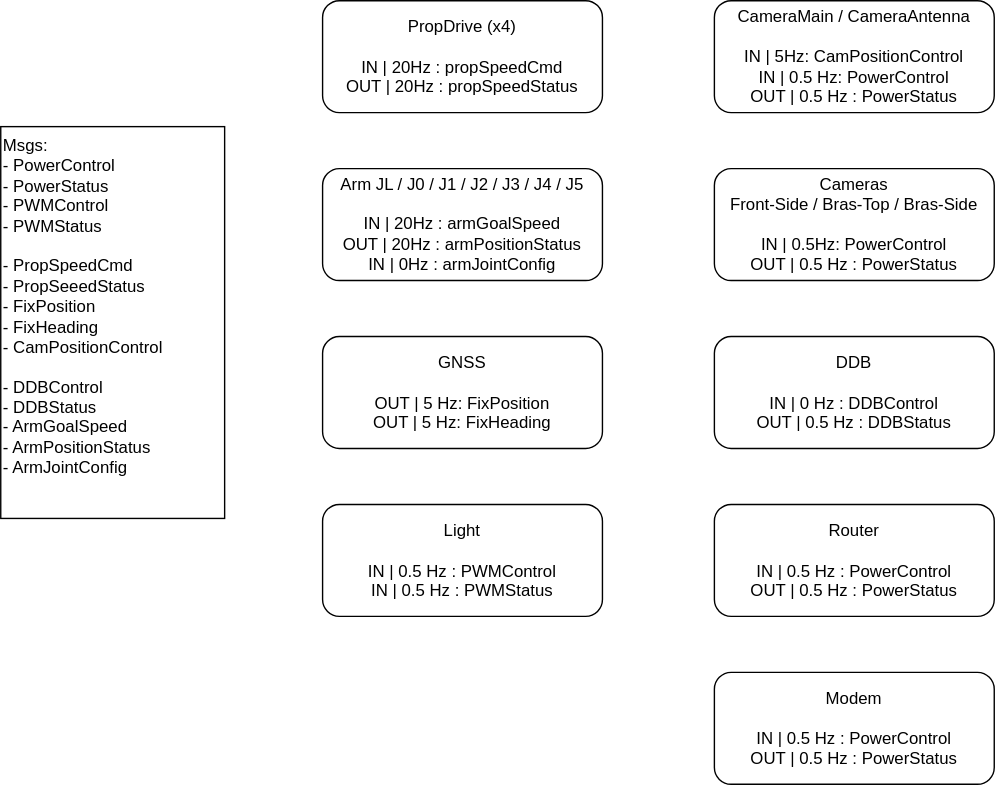
This is doc/architecture/can_network.svg from robotique-udes/rover_documentation, a draw.io export, as it was before one commit. Source tidied: cells renumbered, new cells last; positions are measured from the earlier drawing's top-left corner, leaving out a move shared by most shapes.
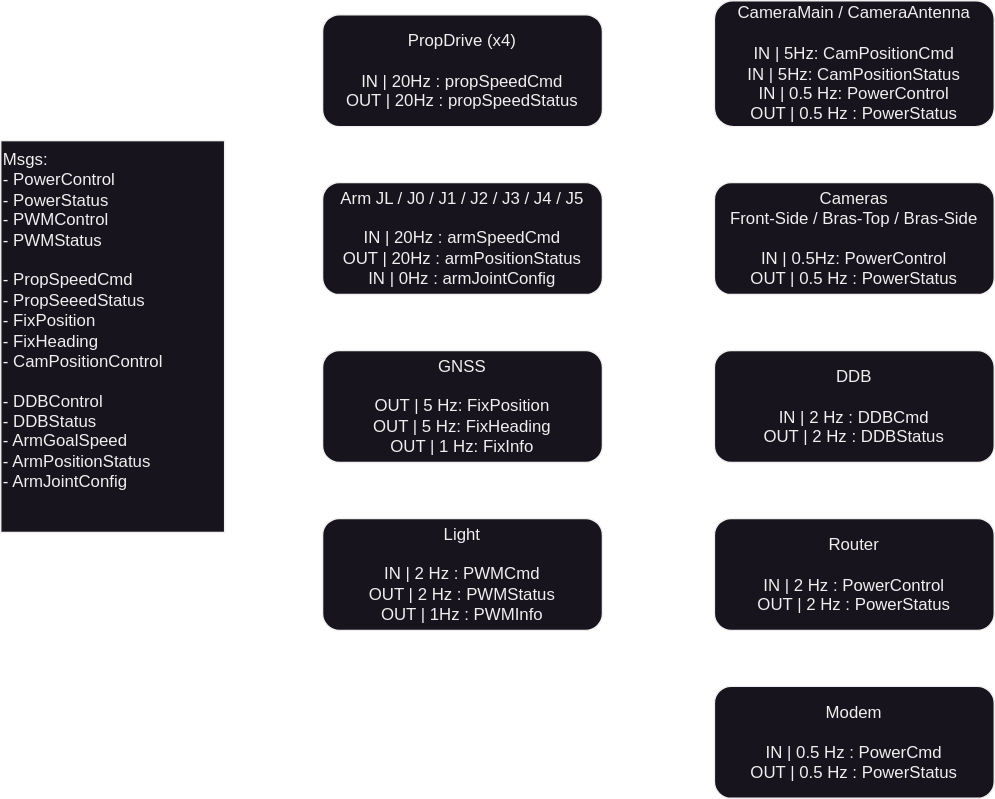
After the commit.

The edit, as a diff of the source:
```diff
@@ -5,28 +5,28 @@
     <mxCell id="2" value="PropDrive (x4)&lt;br&gt;&lt;br&gt;IN | 20Hz : propSpeedCmd&lt;br&gt;OUT | 20Hz : propSpeedStatus" style="rounded=1;whiteSpace=wrap;html=1;" parent="1" vertex="1">
       <mxGeometry x="230" width="200" height="80" as="geometry" />
     </mxCell>
-    <mxCell id="3" value="GNSS&lt;br&gt;&lt;br&gt;&lt;div&gt;OUT | 5 Hz: FixPosition&lt;div&gt;OUT | 5 Hz: FixHeading&lt;br&gt;&lt;/div&gt;&lt;/div&gt;" style="rounded=1;whiteSpace=wrap;html=1;" parent="1" vertex="1">
+    <mxCell id="3" value="GNSS&lt;br&gt;&lt;br&gt;&lt;div&gt;OUT | 5 Hz: FixPosition&lt;div&gt;OUT | 5 Hz: FixHeading&lt;br&gt;OUT | 1 Hz: FixInfo&lt;/div&gt;&lt;/div&gt;" style="rounded=1;whiteSpace=wrap;html=1;" parent="1" vertex="1">
       <mxGeometry x="230" y="240" width="200" height="80" as="geometry" />
     </mxCell>
-    <mxCell id="4" value="CameraMain / CameraAntenna&lt;div&gt;&lt;br&gt;IN | 5Hz: CamPositionControl&lt;br&gt;&lt;div&gt;IN | 0.5 Hz: PowerControl&lt;br&gt;&lt;/div&gt;&lt;/div&gt;&lt;div&gt;OUT | 0.5 Hz : PowerStatus&lt;br&gt;&lt;/div&gt;" style="rounded=1;whiteSpace=wrap;html=1;" parent="1" vertex="1">
-      <mxGeometry x="510" width="200" height="80" as="geometry" />
+    <mxCell id="4" value="CameraMain / CameraAntenna&lt;div&gt;&lt;br&gt;IN | 5Hz: CamPositionCmd&lt;/div&gt;&lt;div&gt;IN | 5Hz: CamPositionStatus&lt;br&gt;&lt;div&gt;IN | 0.5 Hz: PowerControl&lt;br&gt;&lt;/div&gt;&lt;/div&gt;&lt;div&gt;OUT | 0.5 Hz : PowerStatus&lt;br&gt;&lt;/div&gt;" style="rounded=1;whiteSpace=wrap;html=1;" parent="1" vertex="1">
+      <mxGeometry x="510" y="-10" width="200" height="90" as="geometry" />
     </mxCell>
     <mxCell id="5" value="Cameras&lt;div&gt;Front-Side / Bras-Top / Bras-Side&lt;/div&gt;&lt;div&gt;&lt;br&gt;&lt;div&gt;IN | 0.5Hz: PowerControl&lt;br&gt;&lt;/div&gt;&lt;/div&gt;&lt;div&gt;OUT | 0.5 Hz : PowerStatus&lt;br&gt;&lt;/div&gt;" style="rounded=1;whiteSpace=wrap;html=1;" parent="1" vertex="1">
       <mxGeometry x="510" y="120" width="200" height="80" as="geometry" />
     </mxCell>
-    <mxCell id="6" value="Arm JL / J0 / J1 / J2 / J3 / J4 / J5&lt;br&gt;&lt;br&gt;IN | 20Hz : armGoalSpeed&lt;br&gt;OUT | 20Hz : armPositionStatus&lt;div&gt;IN | 0Hz : armJointConfig&lt;/div&gt;" style="rounded=1;whiteSpace=wrap;html=1;" parent="1" vertex="1">
+    <mxCell id="6" value="Arm JL / J0 / J1 / J2 / J3 / J4 / J5&lt;br&gt;&lt;br&gt;IN | 20Hz : armSpeedCmd&lt;br&gt;OUT | 20Hz : armPositionStatus&lt;div&gt;IN | 0Hz : armJointConfig&lt;/div&gt;" style="rounded=1;whiteSpace=wrap;html=1;" parent="1" vertex="1">
       <mxGeometry x="230" y="120" width="200" height="80" as="geometry" />
     </mxCell>
-    <mxCell id="7" value="Light&lt;br&gt;&lt;br&gt;IN | 0.5 Hz : PWMControl&lt;div&gt;IN | 0.5 Hz : PWMStatus&lt;br&gt;&lt;/div&gt;" style="rounded=1;whiteSpace=wrap;html=1;" parent="1" vertex="1">
+    <mxCell id="7" value="Light&lt;br&gt;&lt;br&gt;IN | 2 Hz : PWMCmd&lt;div&gt;OUT | 2 Hz : PWMStatus&lt;br&gt;&lt;/div&gt;&lt;div&gt;OUT | 1Hz : PWMInfo&lt;/div&gt;" style="rounded=1;whiteSpace=wrap;html=1;" parent="1" vertex="1">
       <mxGeometry x="230" y="360" width="200" height="80" as="geometry" />
     </mxCell>
-    <mxCell id="8" value="DDB&lt;div&gt;&lt;br&gt;IN | 0 Hz : DDBControl&lt;div&gt;OUT | 0.5 Hz :&amp;nbsp;&lt;span style=&quot;background-color: initial;&quot;&gt;DDBStatus&lt;/span&gt;&lt;/div&gt;&lt;/div&gt;" style="rounded=1;whiteSpace=wrap;html=1;" parent="1" vertex="1">
+    <mxCell id="8" value="DDB&lt;div&gt;&lt;br&gt;IN | 2 Hz : DDBCmd&lt;div&gt;OUT | 2 Hz :&amp;nbsp;&lt;span style=&quot;background-color: initial;&quot;&gt;DDBStatus&lt;/span&gt;&lt;/div&gt;&lt;/div&gt;" style="rounded=1;whiteSpace=wrap;html=1;" parent="1" vertex="1">
       <mxGeometry x="510" y="240" width="200" height="80" as="geometry" />
     </mxCell>
-    <mxCell id="9" value="Router&lt;div&gt;&lt;br&gt;IN | 0.5 Hz : PowerControl&lt;div&gt;OUT | 0.5 Hz : PowerStatus&lt;br&gt;&lt;/div&gt;&lt;/div&gt;" style="rounded=1;whiteSpace=wrap;html=1;" parent="1" vertex="1">
+    <mxCell id="9" value="Router&lt;div&gt;&lt;br&gt;IN | 2 Hz : PowerControl&lt;div&gt;OUT | 2 Hz : PowerStatus&lt;br&gt;&lt;/div&gt;&lt;/div&gt;" style="rounded=1;whiteSpace=wrap;html=1;" parent="1" vertex="1">
       <mxGeometry x="510" y="360" width="200" height="80" as="geometry" />
     </mxCell>
-    <mxCell id="10" value="&lt;div&gt;Modem&lt;/div&gt;&lt;div&gt;&lt;br&gt;IN | 0.5 Hz : PowerControl&lt;div&gt;OUT | 0.5 Hz : PowerStatus&lt;/div&gt;&lt;/div&gt;" style="rounded=1;whiteSpace=wrap;html=1;" parent="1" vertex="1">
+    <mxCell id="10" value="&lt;div&gt;Modem&lt;/div&gt;&lt;div&gt;&lt;br&gt;IN | 0.5 Hz : PowerCmd&lt;div&gt;OUT | 0.5 Hz : PowerStatus&lt;/div&gt;&lt;/div&gt;" style="rounded=1;whiteSpace=wrap;html=1;" parent="1" vertex="1">
       <mxGeometry x="510" y="480" width="200" height="80" as="geometry" />
     </mxCell>
     <mxCell id="11" value="Msgs:&lt;div&gt;&lt;div&gt;- PowerControl&lt;/div&gt;&lt;div&gt;- PowerStatus&lt;/div&gt;&lt;div&gt;- PWMControl&lt;/div&gt;&lt;div&gt;- PWMStatus&lt;/div&gt;&lt;div&gt;&lt;br&gt;&lt;/div&gt;- PropSpeedCmd&lt;div&gt;- PropSeeedStatus&lt;/div&gt;&lt;div&gt;- FixPosition&lt;/div&gt;&lt;div&gt;- FixHeading&lt;/div&gt;&lt;div&gt;- CamPositionControl&lt;/div&gt;&lt;div&gt;&lt;br&gt;&lt;/div&gt;&lt;div&gt;- DDBControl&lt;/div&gt;&lt;div&gt;- DDBStatus&lt;/div&gt;&lt;div&gt;&lt;span style=&quot;text-align: center;&quot;&gt;- ArmGoalSpeed&lt;/span&gt;&lt;/div&gt;&lt;div&gt;&lt;span style=&quot;text-align: center;&quot;&gt;- ArmPositionStatus&lt;/span&gt;&lt;/div&gt;&lt;div&gt;&lt;span style=&quot;text-align: center; background-color: initial;&quot;&gt;- ArmJointConfig&lt;/span&gt;&lt;/div&gt;&lt;/div&gt;" style="rounded=0;whiteSpace=wrap;html=1;align=left;horizontal=1;verticalAlign=top;" parent="1" vertex="1">
```
